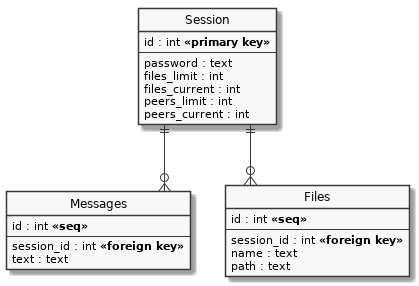
This is arch/data_er.png from zhmylove/vonf, a PlantUML export, as it was before one commit. Its diagram source:
```plantuml
@startuml
skinparam monochrome true

hide circle
hide empty members
skinparam linetype ortho




entity "Session" as s {
id : int **<<primary key>>**
--
password : text
files_limit : int
files_current : int
peers_limit : int
peers_current : int
}

entity "Messages" as msg {
id : int **<<seq>>**
--
session_id : int **<<foreign key>>**
text : text
}

entity "Files" as files {
id : int **<<seq>>**
--
session_id : int **<<foreign key>>**
name : text
path : text
}

s ||--o{ files
s ||--o{ msg
@enduml
```
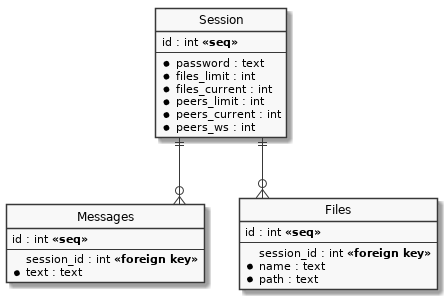
The same file after the commit.

Diff of the diagram source:
```diff
@@ -9,28 +9,29 @@
 
 
 entity "Session" as s {
-id : int **<<primary key>>**
+id : int **<<seq>>**
 --
-password : text
-files_limit : int
-files_current : int
-peers_limit : int
-peers_current : int
+* password : text
+* files_limit : int
+* files_current : int
+* peers_limit : int
+* peers_current : int
+* peers_ws : int
 }
 
 entity "Messages" as msg {
 id : int **<<seq>>**
 --
 session_id : int **<<foreign key>>**
-text : text
+* text : text
 }
 
 entity "Files" as files {
 id : int **<<seq>>**
 --
 session_id : int **<<foreign key>>**
-name : text
-path : text
+* name : text
+* path : text
 }
 
 s ||--o{ files
```
